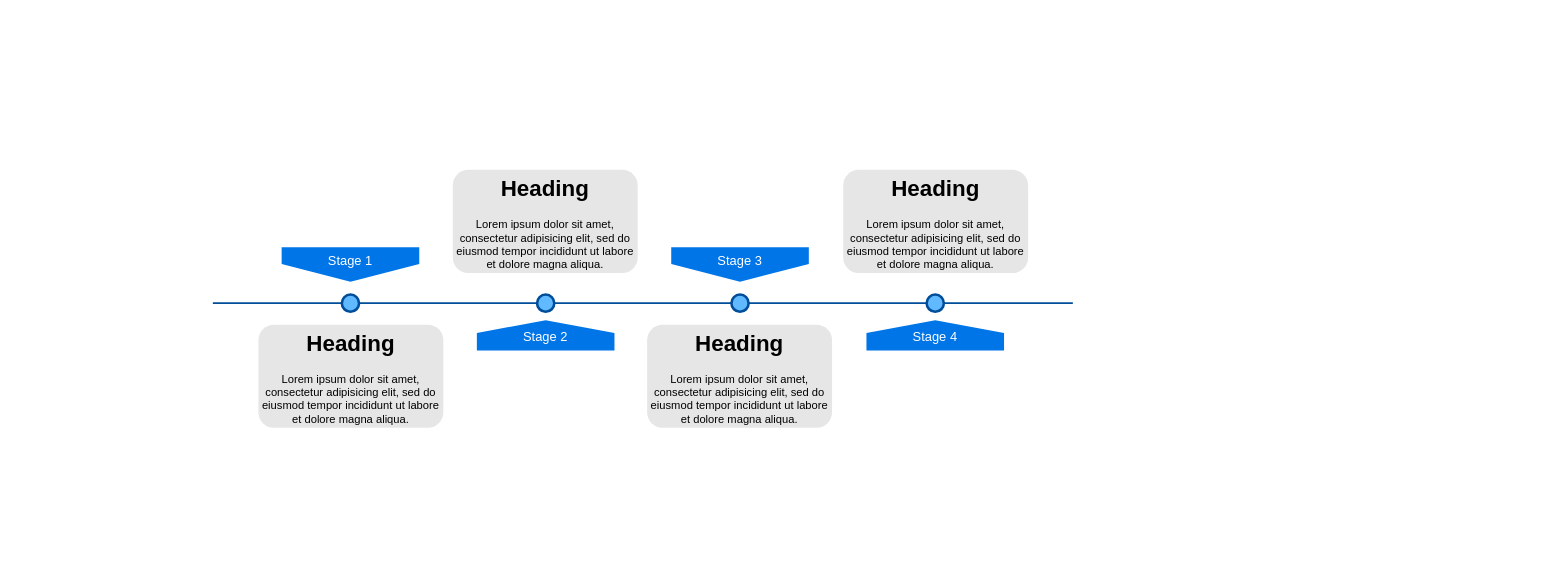
Earlier version of the draw.io diagram 紫霄Work Pipeline.drawio (JackHsiung/totoro). Source tidied: cells renumbered, new cells numbered last; positions are measured from the earlier drawing's top-left corner, leaving out a move shared by most shapes. Both pictures are drawn from the tidied source at 86%, with x=0, y=0 at pixel (212, 169).
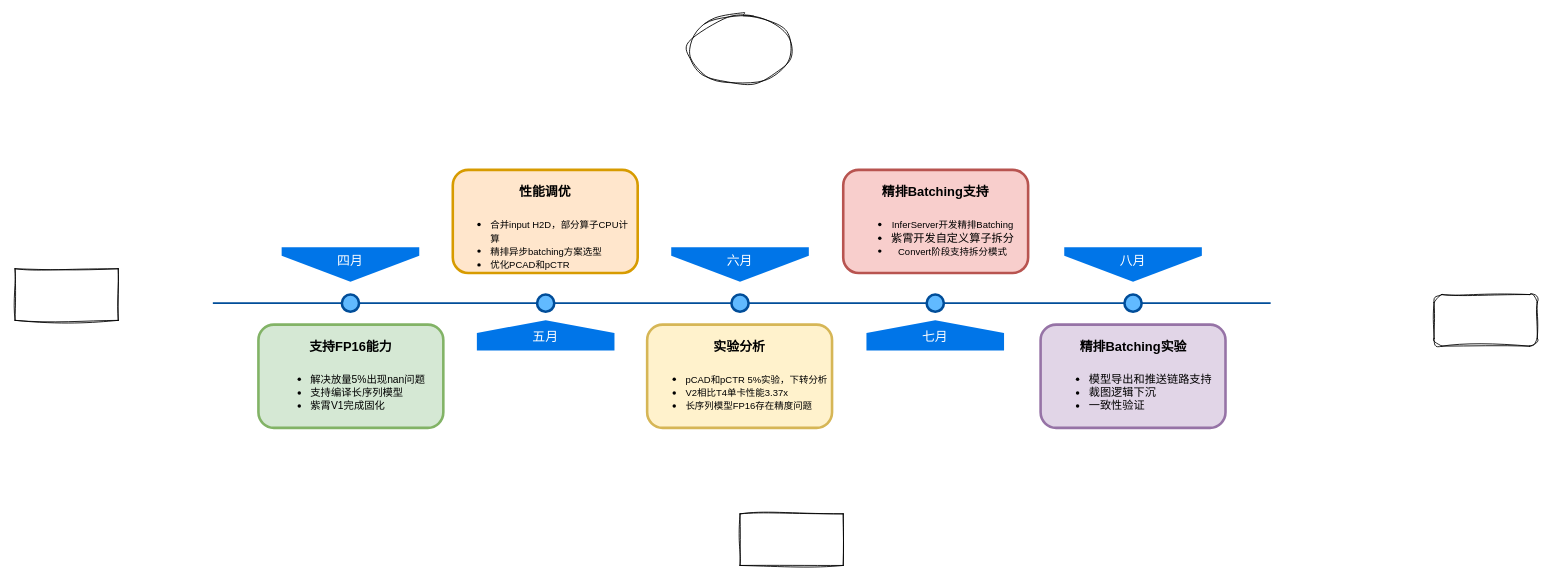
Above is the later version.

Change to the diagram source:
```diff
@@
     <mxCell id="2" style="line;strokeWidth=2;html=1;fillColor=none;fontSize=28;fontColor=#004D99;strokeColor=#004D99;" parent="1" vertex="1">
-      <mxGeometry y="150" width="1000" height="10" as="geometry" />
+      <mxGeometry y="150" width="1230" height="10" as="geometry" />
     </mxCell>
-    <mxCell id="3" value="Stage 1" style="shape=offPageConnector;whiteSpace=wrap;html=1;fillColor=#0075E8;fontSize=15;fontColor=#FFFFFF;size=0.5093750000000015;verticalAlign=top;strokeColor=none;" parent="1" vertex="1">
+    <mxCell id="3" value="四月" style="shape=offPageConnector;whiteSpace=wrap;html=1;fillColor=#0075E8;fontSize=15;fontColor=#FFFFFF;size=0.75;verticalAlign=top;strokeColor=none;" parent="1" vertex="1">
       <mxGeometry x="80" y="90" width="160" height="40" as="geometry" />
     </mxCell>
-    <mxCell id="4" value="&lt;span&gt;Stage 3&lt;/span&gt;" style="shape=offPageConnector;whiteSpace=wrap;html=1;fillColor=#0075E8;fontSize=15;fontColor=#FFFFFF;size=0.5093750000000015;verticalAlign=top;strokeColor=none;" parent="1" vertex="1">
+    <mxCell id="4" value="六月" style="shape=offPageConnector;whiteSpace=wrap;html=1;fillColor=#0075E8;fontSize=15;fontColor=#FFFFFF;size=0.75;verticalAlign=top;strokeColor=none;" parent="1" vertex="1">
       <mxGeometry x="533" y="90" width="160" height="40" as="geometry" />
     </mxCell>
-    <mxCell id="5" value="&lt;span&gt;Stage 2&lt;/span&gt;" style="shape=offPageConnector;whiteSpace=wrap;html=1;fillColor=#0075E8;fontSize=15;fontColor=#FFFFFF;size=0.4178571428571445;flipV=1;verticalAlign=bottom;strokeColor=none;spacingBottom=4;" parent="1" vertex="1">
+    <mxCell id="5" value="&lt;span&gt;五月&lt;/span&gt;" style="shape=offPageConnector;whiteSpace=wrap;html=1;fillColor=#0075E8;fontSize=15;fontColor=#FFFFFF;size=0.4178571428571445;flipV=1;verticalAlign=bottom;strokeColor=none;spacingBottom=4;" parent="1" vertex="1">
       <mxGeometry x="307" y="175" width="160" height="35" as="geometry" />
     </mxCell>
-    <mxCell id="6" value="&lt;span&gt;Stage 4&lt;/span&gt;" style="shape=offPageConnector;whiteSpace=wrap;html=1;fillColor=#0075E8;fontSize=15;fontColor=#FFFFFF;size=0.4178571428571445;flipV=1;verticalAlign=bottom;strokeColor=none;spacingBottom=4;" parent="1" vertex="1">
+    <mxCell id="6" value="&lt;span&gt;七月&lt;/span&gt;" style="shape=offPageConnector;whiteSpace=wrap;html=1;fillColor=#0075E8;fontSize=15;fontColor=#FFFFFF;size=0.4178571428571445;flipV=1;verticalAlign=bottom;strokeColor=none;spacingBottom=4;" parent="1" vertex="1">
       <mxGeometry x="760" y="175" width="160" height="35" as="geometry" />
     </mxCell>
@@
-    <mxCell id="11" value="&lt;h1&gt;Heading&lt;/h1&gt;&lt;p&gt;Lorem ipsum dolor sit amet, consectetur adipisicing elit, sed do eiusmod tempor incididunt ut labore et dolore magna aliqua.&lt;/p&gt;" style="text;html=1;spacing=5;spacingTop=-20;whiteSpace=wrap;overflow=hidden;strokeColor=none;strokeWidth=3;fillColor=#E6E6E6;fontSize=13;fontColor=#000000;align=center;rounded=1;" parent="1" vertex="1">
+    <mxCell id="11" value="&lt;h1&gt;&lt;font style=&quot;font-size: 15px;&quot;&gt;支持FP16能力&lt;/font&gt;&lt;/h1&gt;&lt;div&gt;&lt;ul&gt;&lt;li style=&quot;text-align: left;&quot;&gt;&lt;font style=&quot;font-size: 12px;&quot;&gt;解决放量5%出现nan问题&lt;/font&gt;&lt;/li&gt;&lt;li style=&quot;text-align: left;&quot;&gt;&lt;font style=&quot;font-size: 12px;&quot;&gt;支持编译长序列模型&lt;/font&gt;&lt;/li&gt;&lt;li style=&quot;text-align: left;&quot;&gt;&lt;font style=&quot;font-size: 12px;&quot;&gt;紫霄V1完成固化&lt;/font&gt;&lt;/li&gt;&lt;/ul&gt;&lt;/div&gt;" style="text;html=1;spacing=5;spacingTop=-20;whiteSpace=wrap;overflow=hidden;strokeColor=#82b366;strokeWidth=3;fillColor=#d5e8d4;fontSize=13;align=center;rounded=1;" parent="1" vertex="1">
       <mxGeometry x="53" y="180" width="215" height="120" as="geometry" />
     </mxCell>
-    <mxCell id="12" value="&lt;h1&gt;Heading&lt;/h1&gt;&lt;p&gt;Lorem ipsum dolor sit amet, consectetur adipisicing elit, sed do eiusmod tempor incididunt ut labore et dolore magna aliqua.&lt;/p&gt;" style="text;html=1;spacing=5;spacingTop=-20;whiteSpace=wrap;overflow=hidden;strokeColor=none;strokeWidth=3;fillColor=#E6E6E6;fontSize=13;fontColor=#000000;align=center;rounded=1;" parent="1" vertex="1">
+    <mxCell id="12" value="&lt;h1&gt;&lt;font style=&quot;font-size: 15px;&quot;&gt;性能调优&lt;/font&gt;&lt;/h1&gt;&lt;p style=&quot;text-align: left;&quot;&gt;&lt;/p&gt;&lt;ul&gt;&lt;li style=&quot;text-align: left;&quot;&gt;&lt;font style=&quot;font-size: 11px;&quot;&gt;合并input H2D，部分算子CPU计算&lt;/font&gt;&lt;/li&gt;&lt;li style=&quot;text-align: left;&quot;&gt;&lt;span style=&quot;font-size: 11px; background-color: transparent; color: light-dark(rgb(0, 0, 0), rgb(237, 237, 237));&quot;&gt;精排异步batching方案选型&lt;/span&gt;&lt;/li&gt;&lt;li style=&quot;text-align: left;&quot;&gt;&lt;span style=&quot;font-size: 11px; background-color: transparent; color: light-dark(rgb(0, 0, 0), rgb(237, 237, 237));&quot;&gt;优化PCAD和pCTR&lt;/span&gt;&lt;/li&gt;&lt;/ul&gt;&lt;p&gt;&lt;/p&gt;&lt;p&gt;&lt;br&gt;&lt;/p&gt;" style="text;html=1;spacing=5;spacingTop=-20;whiteSpace=wrap;overflow=hidden;strokeColor=#d79b00;strokeWidth=3;fillColor=#ffe6cc;fontSize=13;align=center;rounded=1;" parent="1" vertex="1">
       <mxGeometry x="279" width="215" height="120" as="geometry" />
     </mxCell>
-    <mxCell id="13" value="&lt;h1&gt;Heading&lt;/h1&gt;&lt;p&gt;Lorem ipsum dolor sit amet, consectetur adipisicing elit, sed do eiusmod tempor incididunt ut labore et dolore magna aliqua.&lt;/p&gt;" style="text;html=1;spacing=5;spacingTop=-20;whiteSpace=wrap;overflow=hidden;strokeColor=none;strokeWidth=3;fillColor=#E6E6E6;fontSize=13;fontColor=#000000;align=center;rounded=1;" parent="1" vertex="1">
+    <mxCell id="13" value="&lt;h1&gt;&lt;font style=&quot;font-size: 15px;&quot;&gt;实验分析&lt;br&gt;&lt;/font&gt;&lt;/h1&gt;&lt;div style=&quot;text-align: left;&quot;&gt;&lt;ul&gt;&lt;li&gt;&lt;font style=&quot;font-size: 11px;&quot;&gt;pCAD和pCTR 5%实验，下转分析&lt;/font&gt;&lt;/li&gt;&lt;li&gt;&lt;font style=&quot;font-size: 11px;&quot;&gt;V2相比T4单卡性能3.37x&lt;/font&gt;&lt;/li&gt;&lt;li&gt;&lt;font style=&quot;font-size: 11px;&quot;&gt;长序列模型FP16存在精度问题&lt;/font&gt;&lt;/li&gt;&lt;/ul&gt;&lt;/div&gt;&lt;div&gt;&lt;font style=&quot;font-size: 11px;&quot;&gt;&lt;br&gt;&lt;/font&gt;&lt;/div&gt;&lt;div&gt;&lt;font style=&quot;font-size: 11px;&quot;&gt;&lt;br&gt;&lt;/font&gt;&lt;/div&gt;" style="text;html=1;spacing=5;spacingTop=-20;whiteSpace=wrap;overflow=hidden;strokeColor=#d6b656;strokeWidth=3;fillColor=#fff2cc;fontSize=13;align=center;rounded=1;" parent="1" vertex="1">
       <mxGeometry x="505" y="180" width="215" height="120" as="geometry" />
     </mxCell>
-    <mxCell id="14" value="&lt;h1&gt;Heading&lt;/h1&gt;&lt;p&gt;Lorem ipsum dolor sit amet, consectetur adipisicing elit, sed do eiusmod tempor incididunt ut labore et dolore magna aliqua.&lt;/p&gt;" style="text;html=1;spacing=5;spacingTop=-20;whiteSpace=wrap;overflow=hidden;strokeColor=none;strokeWidth=3;fillColor=#E6E6E6;fontSize=13;fontColor=#000000;align=center;rounded=1;" parent="1" vertex="1">
+    <mxCell id="14" value="&lt;h1&gt;&lt;font style=&quot;font-size: 15px;&quot;&gt;精排Batching支持&lt;/font&gt;&lt;/h1&gt;&lt;p style=&quot;text-align: left;&quot;&gt;&lt;/p&gt;&lt;ul&gt;&lt;li&gt;&lt;font style=&quot;font-size: 11px;&quot;&gt;InferServer开发精排Batching&lt;/font&gt;&lt;/li&gt;&lt;li&gt;紫霄开发自定义算子拆分&lt;/li&gt;&lt;li&gt;&lt;font style=&quot;font-size: 11px;&quot;&gt;Convert阶段支持拆分模式&lt;/font&gt;&lt;/li&gt;&lt;/ul&gt;&lt;p&gt;&lt;/p&gt;" style="text;html=1;spacing=5;spacingTop=-20;whiteSpace=wrap;overflow=hidden;strokeColor=#b85450;strokeWidth=3;fillColor=#f8cecc;fontSize=13;align=center;rounded=1;" parent="1" vertex="1">
       <mxGeometry x="733" width="215" height="120" as="geometry" />
     </mxCell>
+    <mxCell id="15" style="ellipse;whiteSpace=wrap;html=1;fillColor=#61BAFF;fontSize=28;fontColor=#004D99;strokeWidth=3;strokeColor=#004D99;" parent="1" vertex="1">
+      <mxGeometry x="1060" y="145" width="20" height="20" as="geometry" />
+    </mxCell>
+    <mxCell id="16" value="&lt;h1&gt;&lt;font style=&quot;font-size: 15px;&quot;&gt;精排Batching实验&lt;/font&gt;&lt;/h1&gt;&lt;p style=&quot;text-align: left;&quot;&gt;&lt;/p&gt;&lt;ul&gt;&lt;li style=&quot;text-align: left;&quot;&gt;模型导出和推送链路支持&lt;/li&gt;&lt;li style=&quot;text-align: left;&quot;&gt;裁图逻辑下沉&lt;/li&gt;&lt;li style=&quot;text-align: left;&quot;&gt;一致性验证&lt;/li&gt;&lt;/ul&gt;&lt;p&gt;&lt;/p&gt;" style="text;html=1;spacing=5;spacingTop=-20;whiteSpace=wrap;overflow=hidden;strokeColor=#9673a6;strokeWidth=3;fillColor=#e1d5e7;fontSize=13;align=center;rounded=1;" parent="1" vertex="1">
+      <mxGeometry x="962.5" y="180" width="215" height="120" as="geometry" />
+    </mxCell>
+    <mxCell id="17" value="八月" style="shape=offPageConnector;whiteSpace=wrap;html=1;fillColor=#0075E8;fontSize=15;fontColor=#FFFFFF;size=0.75;verticalAlign=top;strokeColor=none;" parent="1" vertex="1">
+      <mxGeometry x="990" y="90" width="160" height="40" as="geometry" />
+    </mxCell>
+    <mxCell id="18" style="ellipse;whiteSpace=wrap;html=1;sketch=1;hachureGap=4;jiggle=2;curveFitting=1;fontFamily=Architects Daughter;" parent="1" vertex="1">
+      <mxGeometry x="553" y="-180" width="120" height="80" as="geometry" />
+    </mxCell>
+    <mxCell id="19" style="rounded=1;whiteSpace=wrap;html=1;sketch=1;hachureGap=4;jiggle=2;curveFitting=1;fontFamily=Architects Daughter;" parent="1" vertex="1">
+      <mxGeometry x="1420" y="145" width="120" height="60" as="geometry" />
+    </mxCell>
+    <mxCell id="20" style="rounded=0;whiteSpace=wrap;html=1;sketch=1;hachureGap=4;jiggle=2;curveFitting=1;fontFamily=Architects Daughter;" parent="1" vertex="1">
+      <mxGeometry x="613" y="400" width="120" height="60" as="geometry" />
+    </mxCell>
+    <mxCell id="21" style="rounded=0;whiteSpace=wrap;html=1;sketch=1;hachureGap=4;jiggle=2;curveFitting=1;fontFamily=Architects Daughter;" parent="1" vertex="1">
+      <mxGeometry x="-230" y="115" width="120" height="60" as="geometry" />
+    </mxCell>
```
